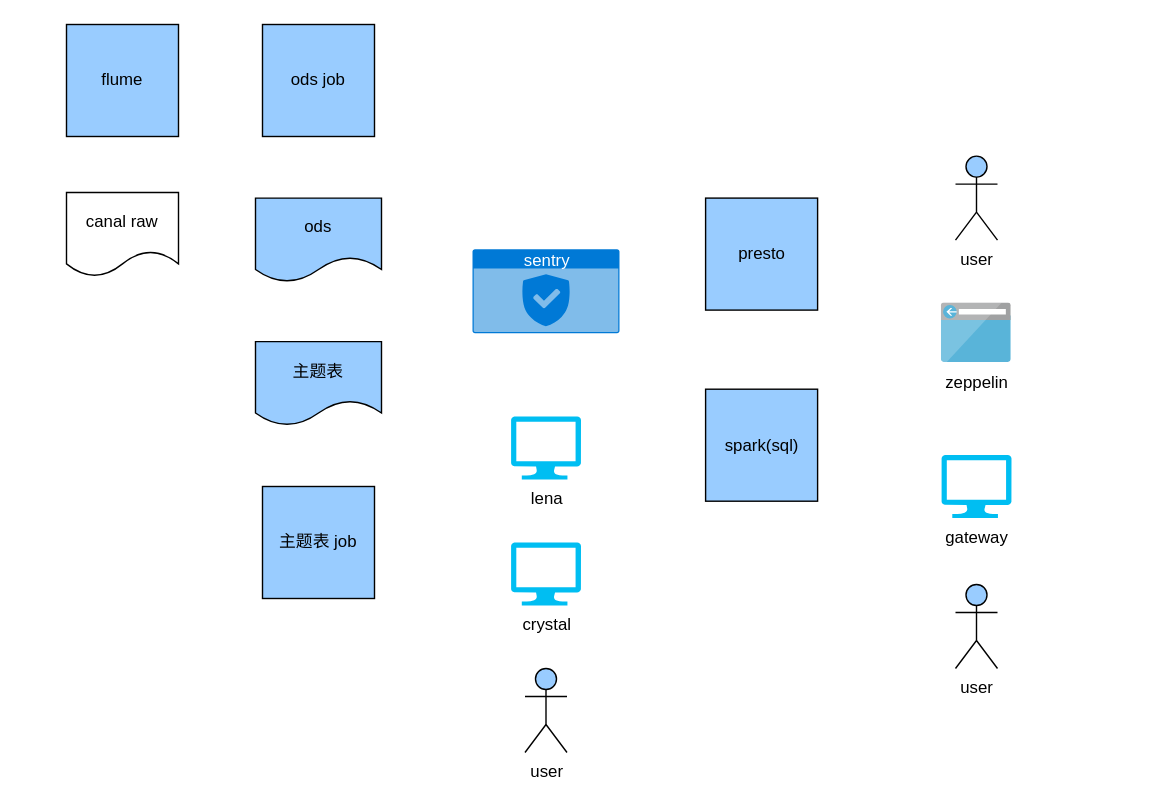
This is data team组件图.drawio from wujiangthu/test, a draw.io file, before an edit. Source tidied: cells renumbered, new cells numbered last; positions are measured from the earlier drawing's top-left corner, leaving out a move shared by most shapes. Both pictures are drawn from the tidied source at 140%, with x=0, y=0 at pixel (66, 24).
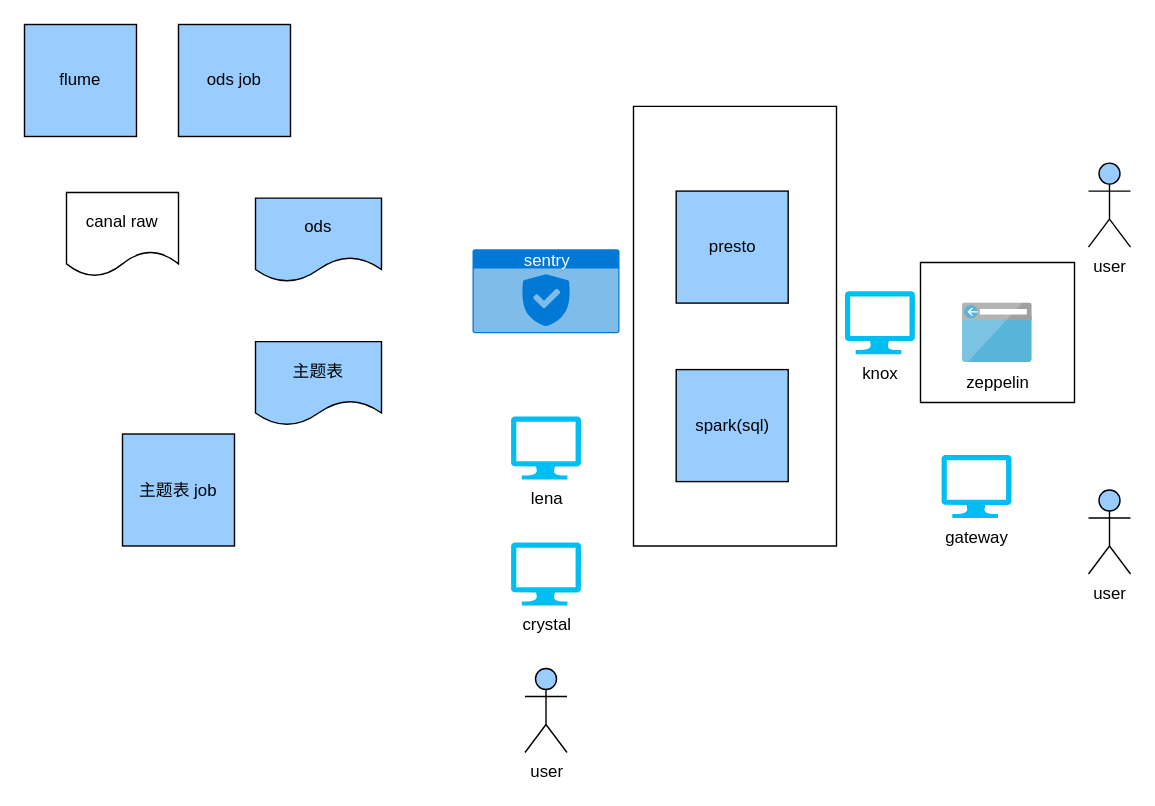
The same diagram, later.

The edit, as a diff of the source:
```diff
@@
+    <mxCell id="18" style="verticalLabelPosition=bottom;verticalAlign=top;html=1;shape=mxgraph.basic.rect;fillColor=#ffffff;fillColor2=none;strokeColor=#000000;strokeWidth=1;size=20;indent=5;" parent="1" vertex="1">
+      <mxGeometry x="610" y="170" width="110" height="100" as="geometry" />
+    </mxCell>
+    <mxCell id="19" style="verticalLabelPosition=bottom;verticalAlign=top;html=1;shape=mxgraph.basic.rect;fillColor=#ffffff;fillColor2=none;strokeColor=#000000;strokeWidth=1;size=20;indent=5;" parent="1" vertex="1">
+      <mxGeometry x="405" y="58.5" width="145" height="314" as="geometry" />
+    </mxCell>
@@
     <mxCell id="4" value="user" style="shape=umlActor;verticalLabelPosition=bottom;labelBackgroundColor=#ffffff;verticalAlign=top;html=1;fillColor=#99CCFF;" parent="1" vertex="1">
-      <mxGeometry x="635" y="94" width="30" height="60" as="geometry" />
+      <mxGeometry x="730" y="99" width="30" height="60" as="geometry" />
     </mxCell>
@@
     <mxCell id="7" value="spark(sql)" style="whiteSpace=wrap;html=1;fillColor=#99CCFF;" parent="1" vertex="1">
-      <mxGeometry x="456.5" y="260.5" width="80" height="80" as="geometry" />
+      <mxGeometry x="435.5" y="246.5" width="80" height="80" as="geometry" />
     </mxCell>
     <mxCell id="8" value="zeppelin" style="html=1;perimeter=none;align=center;shadow=0;dashed=0;image;fontSize=12;image=img/lib/mscae/Browser.svg;fillColor=#99CCFF;" parent="1" vertex="1">
-      <mxGeometry x="625" y="199" width="50" height="42.5" as="geometry" />
+      <mxGeometry x="640" y="199" width="50" height="42.5" as="geometry" />
     </mxCell>
     <mxCell id="9" value="presto" style="whiteSpace=wrap;html=1;fillColor=#99CCFF;" parent="1" vertex="1">
-      <mxGeometry x="456.5" y="124" width="80" height="80" as="geometry" />
+      <mxGeometry x="435.5" y="119" width="80" height="80" as="geometry" />
     </mxCell>
     <mxCell id="10" value="flume" style="whiteSpace=wrap;html=1;fillColor=#99CCFF;" parent="1" vertex="1">
-      <mxGeometry width="80" height="80" as="geometry" />
+      <mxGeometry x="-30" width="80" height="80" as="geometry" />
     </mxCell>
     <mxCell id="11" value="ods job" style="whiteSpace=wrap;html=1;fillColor=#99CCFF;" parent="1" vertex="1">
-      <mxGeometry x="140" width="80" height="80" as="geometry" />
+      <mxGeometry x="80" width="80" height="80" as="geometry" />
     </mxCell>
@@
     <mxCell id="13" value="主题表 job" style="whiteSpace=wrap;html=1;fillColor=#99CCFF;" parent="1" vertex="1">
-      <mxGeometry x="140" y="330" width="80" height="80" as="geometry" />
+      <mxGeometry x="40" y="292.5" width="80" height="80" as="geometry" />
     </mxCell>
@@
     <mxCell id="17" value="user" style="shape=umlActor;verticalLabelPosition=bottom;labelBackgroundColor=#ffffff;verticalAlign=top;html=1;fillColor=#99CCFF;" parent="1" vertex="1">
-      <mxGeometry x="635" y="400" width="30" height="60" as="geometry" />
+      <mxGeometry x="730" y="332.5" width="30" height="60" as="geometry" />
     </mxCell>
+    <mxCell id="20" value="knox&lt;br&gt;" style="verticalLabelPosition=bottom;html=1;verticalAlign=top;align=center;strokeColor=none;fillColor=#00BEF2;shape=mxgraph.azure.computer;" parent="1" vertex="1">
+      <mxGeometry x="556" y="190.5" width="50" height="45" as="geometry" />
+    </mxCell>
```
